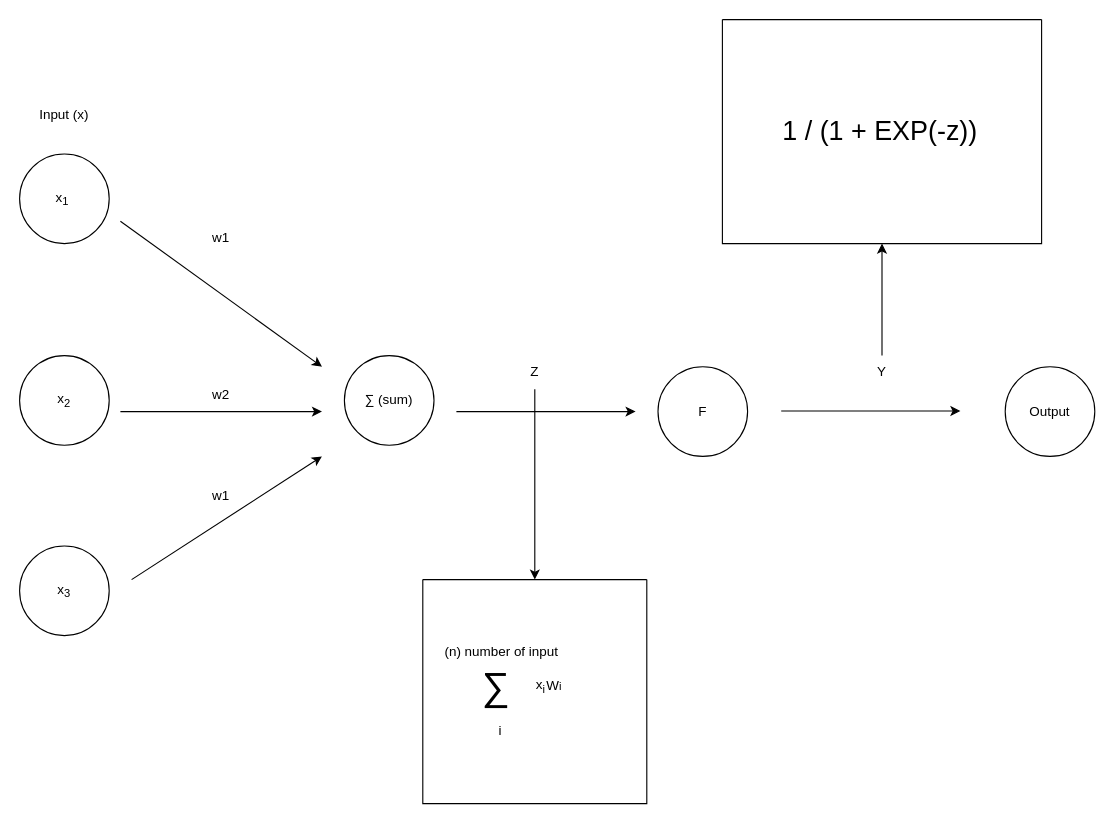
Above: Neural_Networks _Perception.drawio in jonreygalera/diagram (draw.io), before the change. Source tidied: cells renumbered, new cells numbered last; positions are measured from the earlier drawing's top-left corner, leaving out a move shared by most shapes. Both pictures are drawn from the tidied source at 112%, with x=0, y=0 at pixel (19, 19).
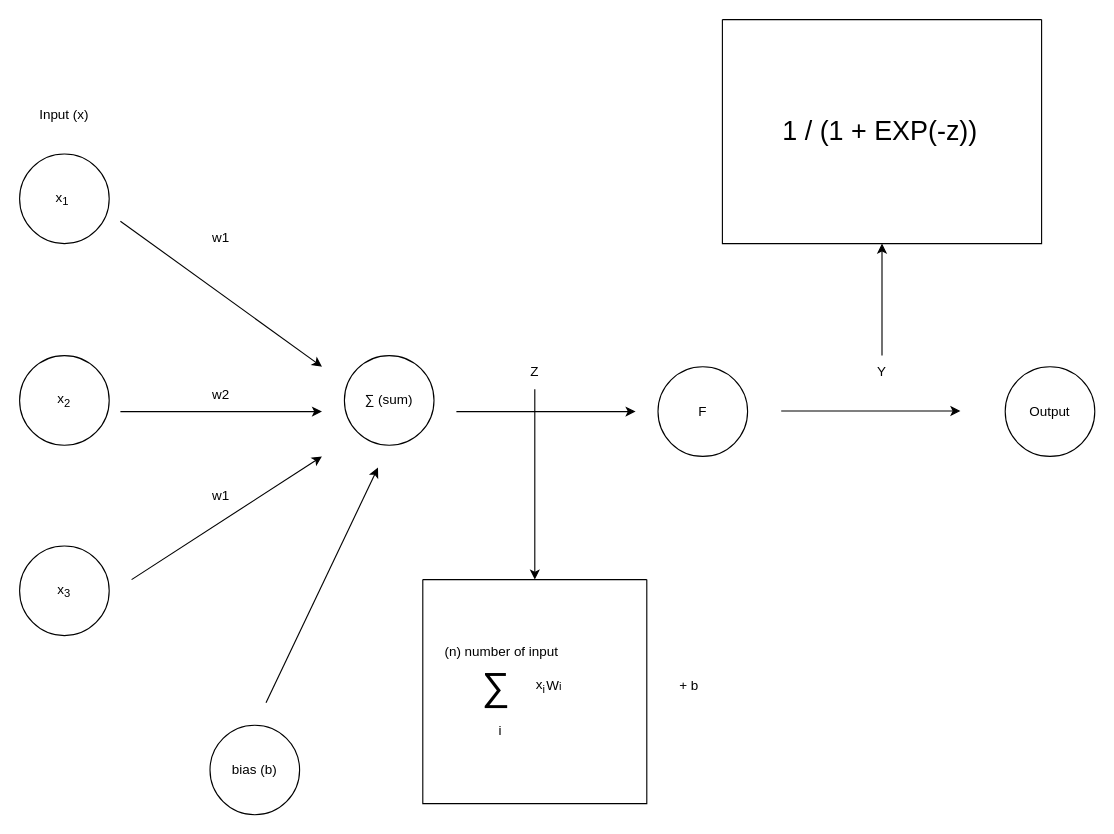
Above is the later version.

The edit, as a diff of the source:
```diff
@@
+    <mxCell id="29" value="bias (b)" style="ellipse;whiteSpace=wrap;html=1;" parent="1" vertex="1">
+      <mxGeometry x="170" y="630" width="80" height="80" as="geometry" />
+    </mxCell>
+    <mxCell id="30" style="endArrow=classic;html=1;rounded=0;flowAnimation=1;" parent="1" edge="1">
+      <mxGeometry relative="1" as="geometry">
+        <mxPoint x="220" y="610" as="sourcePoint" />
+        <mxPoint x="320" y="400" as="targetPoint" />
+      </mxGeometry>
+    </mxCell>
+    <mxCell id="31" value="+ b" style="text;html=1;align=center;verticalAlign=middle;whiteSpace=wrap;rounded=0;" parent="1" vertex="1">
+      <mxGeometry x="567.5" y="580" width="60" height="30" as="geometry" />
+    </mxCell>
```
